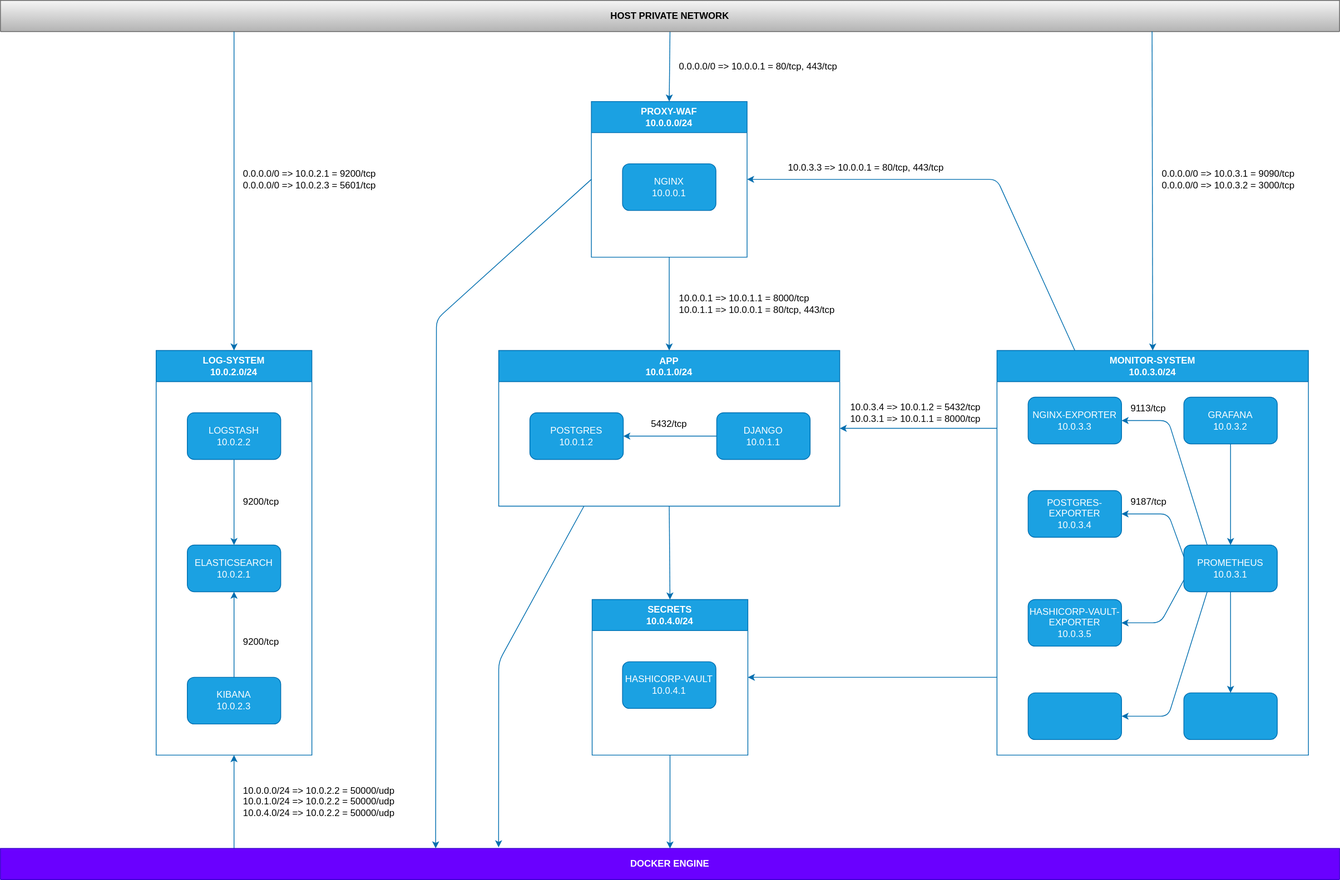
Earlier version of the draw.io export _notebook/topology.svg (GiovanniAfro/ft_Transcendence). Source tidied: cells renumbered, new cells last; positions are measured from the earlier drawing's top-left corner, leaving out a move shared by most shapes.
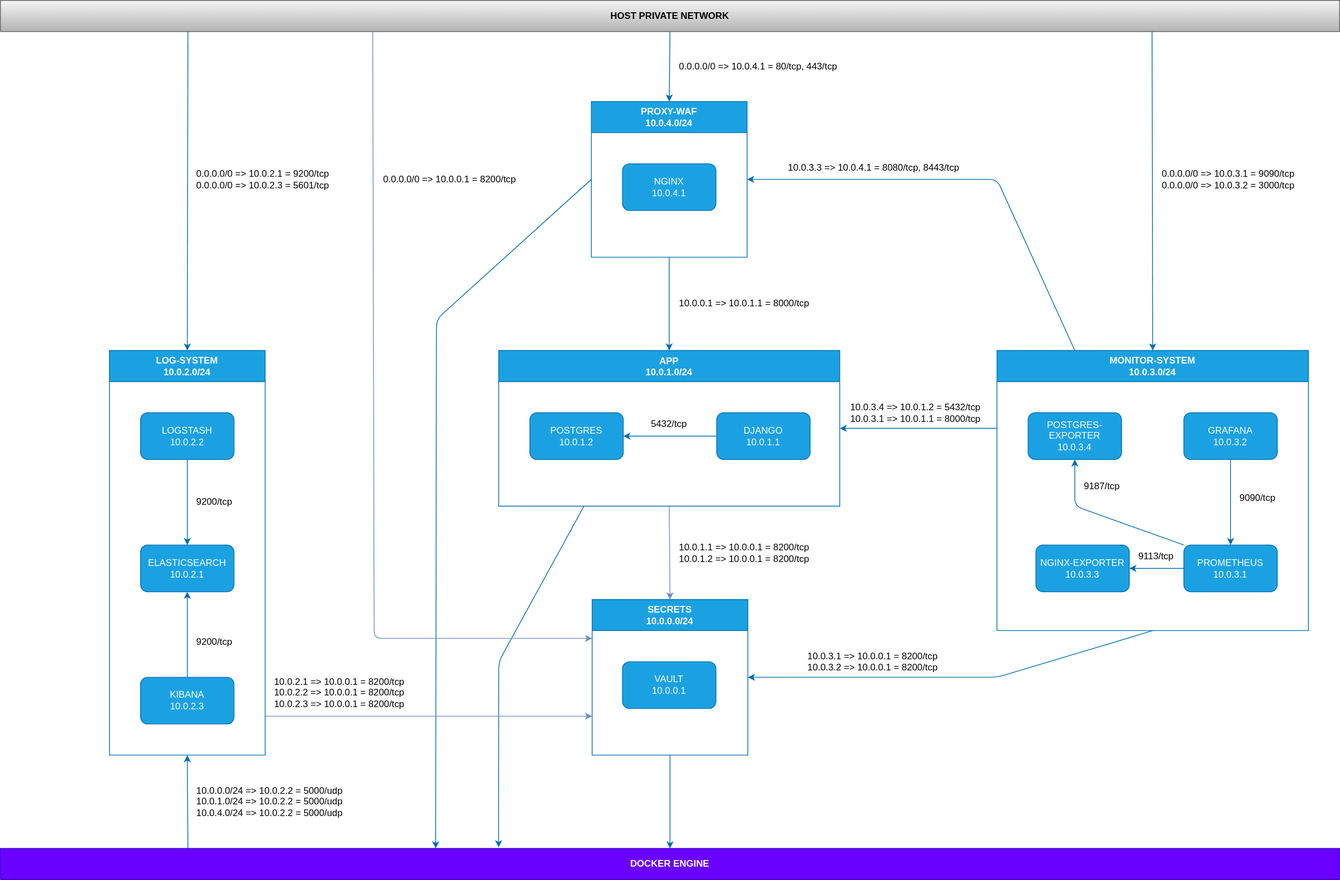
Above is the later version.

Commit message:
refactoring; delete TODO.md; update topology; add check if first start to elk stack

Change to the diagram source:
```diff
@@ -5,16 +5,16 @@
     <mxCell id="2" style="edgeStyle=none;html=1;exitX=0.5;exitY=1;exitDx=0;exitDy=0;fontColor=#262626;fillColor=#1ba1e2;strokeColor=#006EAF;entryX=0.5;entryY=0;entryDx=0;entryDy=0;" parent="1" edge="1" source="12" target="5">
       <mxGeometry relative="1" as="geometry" />
     </mxCell>
+    <mxCell id="4" style="edgeStyle=none;html=1;exitX=0.25;exitY=1;exitDx=0;exitDy=0;fillColor=#1ba1e2;strokeColor=#006EAF;entryX=0.372;entryY=-0.038;entryDx=0;entryDy=0;entryPerimeter=0;" parent="1" edge="1" source="5" target="34">
+      <mxGeometry relative="1" as="geometry">
+        <Array as="points">
+          <mxPoint x="640" y="850" />
+        </Array>
+      </mxGeometry>
+    </mxCell>
-    <mxCell id="3" style="edgeStyle=none;html=1;exitX=0.5;exitY=1;exitDx=0;exitDy=0;entryX=0.5;entryY=0;entryDx=0;entryDy=0;fillColor=#1ba1e2;strokeColor=#006EAF;" parent="1" edge="1" source="5" target="17">
+    <mxCell id="3" style="edgeStyle=none;html=1;exitX=0.5;exitY=1;exitDx=0;exitDy=0;entryX=0.5;entryY=0;entryDx=0;entryDy=0;fillColor=#dae8fc;strokeColor=#6c8ebf;" parent="1" edge="1" source="5" target="17">
       <mxGeometry relative="1" as="geometry" />
     </mxCell>
-    <mxCell id="4" style="edgeStyle=none;html=1;exitX=0.25;exitY=1;exitDx=0;exitDy=0;fillColor=#1ba1e2;strokeColor=#006EAF;entryX=0.372;entryY=-0.038;entryDx=0;entryDy=0;entryPerimeter=0;" parent="1" edge="1" source="5" target="34">
-      <mxGeometry relative="1" as="geometry">
-        <Array as="points">
-          <mxPoint x="640" y="850" />
-        </Array>
-      </mxGeometry>
-    </mxCell>
     <mxCell id="5" value="APP&#10;10.0.1.0/24" style="swimlane;startSize=40;swimlaneFillColor=none;rounded=0;glass=0;shadow=0;swimlaneLine=1;fillColor=#1ba1e2;strokeColor=#006EAF;fontColor=#ffffff;" parent="1" vertex="1">
       <mxGeometry x="640" y="450" width="438" height="200" as="geometry" />
     </mxCell>
@@ -30,8 +30,8 @@
     <mxCell id="9" value="5432/tcp" style="text;html=1;strokeColor=none;fillColor=none;align=center;verticalAlign=middle;whiteSpace=wrap;rounded=0;" parent="5" vertex="1">
       <mxGeometry x="189" y="80" width="60" height="30" as="geometry" />
     </mxCell>
-    <mxCell id="10" value="10.0.0.1 =&amp;gt; 10.0.1.1 = 8000/tcp&lt;br&gt;10.0.1.1 =&amp;gt; 10.0.0.1 = 80/tcp, 443/tcp" style="text;html=1;align=left;verticalAlign=middle;strokeColor=none;fillColor=none;" parent="1" vertex="1">
-      <mxGeometry x="870" y="370" width="220" height="40" as="geometry" />
+    <mxCell id="10" value="10.0.0.1 =&amp;gt; 10.0.1.1 = 8000/tcp" style="text;html=1;align=left;verticalAlign=middle;strokeColor=none;fillColor=none;" parent="1" vertex="1">
+      <mxGeometry x="870" y="375" width="190" height="30" as="geometry" />
     </mxCell>
     <mxCell id="11" style="edgeStyle=none;html=1;exitX=0;exitY=0.5;exitDx=0;exitDy=0;entryX=0.325;entryY=-0.004;entryDx=0;entryDy=0;fillColor=#1ba1e2;strokeColor=#006EAF;entryPerimeter=0;" parent="1" edge="1" source="12" target="34">
       <mxGeometry relative="1" as="geometry">
@@ -40,30 +40,40 @@
         </Array>
       </mxGeometry>
     </mxCell>
-    <mxCell id="12" value="PROXY-WAF&lt;br&gt;10.0.0.0/24" style="swimlane;whiteSpace=wrap;html=1;fillColor=#1ba1e2;strokeColor=#006EAF;fontColor=#ffffff;startSize=40;" parent="1" vertex="1">
+    <mxCell id="12" value="PROXY-WAF&lt;br&gt;10.0.4.0/24" style="swimlane;whiteSpace=wrap;html=1;fillColor=#1ba1e2;strokeColor=#006EAF;fontColor=#ffffff;startSize=40;" parent="1" vertex="1">
       <mxGeometry x="759" y="130" width="200" height="200" as="geometry" />
     </mxCell>
-    <mxCell id="13" value="NGINX&lt;br&gt;10.0.0.1" style="rounded=1;whiteSpace=wrap;html=1;fillColor=#1ba1e2;fontColor=#ffffff;strokeColor=#006EAF;" parent="12" vertex="1">
+    <mxCell id="13" value="NGINX&lt;br&gt;10.0.4.1" style="rounded=1;whiteSpace=wrap;html=1;fillColor=#1ba1e2;fontColor=#ffffff;strokeColor=#006EAF;" parent="12" vertex="1">
       <mxGeometry x="40" y="80" width="120" height="60" as="geometry" />
     </mxCell>
     <mxCell id="14" style="edgeStyle=none;html=1;exitX=0.5;exitY=1;exitDx=0;exitDy=0;entryX=0.5;entryY=0;entryDx=0;entryDy=0;fillColor=#1ba1e2;strokeColor=#006EAF;" parent="1" edge="1" source="15" target="12">
       <mxGeometry relative="1" as="geometry" />
     </mxCell>
+    <mxCell id="56" style="edgeStyle=none;html=1;entryX=0;entryY=0.25;entryDx=0;entryDy=0;fillColor=#dae8fc;strokeColor=#6c8ebf;exitX=0.278;exitY=1.014;exitDx=0;exitDy=0;exitPerimeter=0;" parent="1" edge="1" source="15" target="17">
+      <mxGeometry relative="1" as="geometry">
+        <Array as="points">
+          <mxPoint x="480" y="820" />
+          <mxPoint x="620" y="820" />
+        </Array>
+      </mxGeometry>
+    </mxCell>
     <mxCell id="15" value="HOST PRIVATE NETWORK" style="swimlane;whiteSpace=wrap;html=1;startSize=40;fillColor=#f5f5f5;gradientColor=#b3b3b3;strokeColor=#666666;" parent="1" vertex="1">
       <mxGeometry width="1720" height="40" as="geometry" />
     </mxCell>
     <mxCell id="16" style="edgeStyle=none;html=1;exitX=0.5;exitY=1;exitDx=0;exitDy=0;entryX=0.5;entryY=0;entryDx=0;entryDy=0;fillColor=#1ba1e2;strokeColor=#006EAF;" parent="1" edge="1" source="17" target="34">
       <mxGeometry relative="1" as="geometry" />
     </mxCell>
-    <mxCell id="17" value="SECRETS&lt;br&gt;10.0.4.0/24" style="swimlane;whiteSpace=wrap;html=1;startSize=40;fillColor=#1ba1e2;fontColor=#ffffff;strokeColor=#006EAF;" parent="1" vertex="1">
+    <mxCell id="17" value="SECRETS&lt;br&gt;10.0.0.0/24" style="swimlane;whiteSpace=wrap;html=1;startSize=40;fillColor=#1ba1e2;fontColor=#ffffff;strokeColor=#006EAF;" parent="1" vertex="1">
       <mxGeometry x="760" y="770" width="200" height="200" as="geometry" />
     </mxCell>
-    <mxCell id="18" value="HASHICORP-VAULT&lt;br&gt;10.0.4.1" style="rounded=1;whiteSpace=wrap;html=1;fillColor=#1ba1e2;strokeColor=#006EAF;fontColor=#ffffff;" parent="17" vertex="1">
+    <mxCell id="18" value="VAULT&lt;br&gt;10.0.0.1" style="rounded=1;whiteSpace=wrap;html=1;fillColor=#1ba1e2;strokeColor=#006EAF;fontColor=#ffffff;" parent="17" vertex="1">
       <mxGeometry x="39" y="80" width="120" height="60" as="geometry" />
     </mxCell>
-    <mxCell id="19" style="edgeStyle=none;html=1;fillColor=#1ba1e2;strokeColor=#006EAF;entryX=1;entryY=0.5;entryDx=0;entryDy=0;" parent="1" edge="1" target="17">
+    <mxCell id="19" style="edgeStyle=none;html=1;fillColor=#1ba1e2;strokeColor=#006EAF;entryX=1;entryY=0.5;entryDx=0;entryDy=0;exitX=0.5;exitY=1;exitDx=0;exitDy=0;" parent="1" edge="1" source="38" target="17">
       <mxGeometry relative="1" as="geometry">
-        <mxPoint x="1280" y="870" as="sourcePoint" />
+        <Array as="points">
+          <mxPoint x="1280" y="870" />
+        </Array>
       </mxGeometry>
     </mxCell>
     <mxCell id="20" style="edgeStyle=none;html=1;fillColor=#1ba1e2;strokeColor=#006EAF;entryX=1;entryY=0.5;entryDx=0;entryDy=0;" parent="1" edge="1" target="5">
@@ -74,13 +84,16 @@
     <mxCell id="21" style="edgeStyle=none;html=1;entryX=0.5;entryY=0;entryDx=0;entryDy=0;fillColor=#1ba1e2;strokeColor=#006EAF;exitX=0.86;exitY=0.998;exitDx=0;exitDy=0;exitPerimeter=0;" parent="1" edge="1" source="15" target="38">
       <mxGeometry relative="1" as="geometry" />
     </mxCell>
-    <mxCell id="22" style="edgeStyle=none;html=1;entryX=0.5;entryY=0;entryDx=0;entryDy=0;fillColor=#1ba1e2;strokeColor=#006EAF;" parent="1" edge="1" target="23">
-      <mxGeometry relative="1" as="geometry">
-        <mxPoint x="300" y="40" as="sourcePoint" />
-      </mxGeometry>
+    <mxCell id="22" style="edgeStyle=none;html=1;entryX=0.5;entryY=0;entryDx=0;entryDy=0;fillColor=#1ba1e2;strokeColor=#006EAF;exitX=0.14;exitY=1;exitDx=0;exitDy=0;exitPerimeter=0;" parent="1" edge="1" source="15" target="23">
+      <mxGeometry relative="1" as="geometry" />
     </mxCell>
+    <mxCell id="57" style="edgeStyle=none;html=1;entryX=0;entryY=0.75;entryDx=0;entryDy=0;fillColor=#dae8fc;strokeColor=#6c8ebf;" parent="1" edge="1" target="17">
+      <mxGeometry relative="1" as="geometry">
+        <mxPoint x="340" y="920" as="sourcePoint" />
+      </mxGeometry>
+    </mxCell>
     <mxCell id="23" value="LOG-SYSTEM&lt;br&gt;10.0.2.0/24" style="swimlane;whiteSpace=wrap;html=1;startSize=40;fillColor=#1ba1e2;fontColor=#ffffff;strokeColor=#006EAF;" parent="1" vertex="1">
-      <mxGeometry x="200" y="450" width="200" height="520" as="geometry" />
+      <mxGeometry x="140" y="450" width="200" height="520" as="geometry" />
     </mxCell>
     <mxCell id="24" value="ELASTICSEARCH&lt;br&gt;10.0.2.1" style="rounded=1;whiteSpace=wrap;html=1;fillColor=#1ba1e2;fontColor=#ffffff;strokeColor=#006EAF;" parent="23" vertex="1">
       <mxGeometry x="40" y="250" width="120" height="60" as="geometry" />
@@ -104,21 +117,19 @@
       <mxGeometry x="110" y="360" width="70" height="30" as="geometry" />
     </mxCell>
     <mxCell id="31" value="0.0.0.0/0 =&amp;gt; 10.0.2.1 = 9200/tcp&lt;br&gt;0.0.0.0/0 =&amp;gt; 10.0.2.3 = 5601/tcp" style="text;html=1;align=left;verticalAlign=middle;strokeColor=none;fillColor=none;" parent="1" vertex="1">
-      <mxGeometry x="310" y="210" width="190" height="40" as="geometry" />
+      <mxGeometry x="250" y="210" width="190" height="40" as="geometry" />
     </mxCell>
-    <mxCell id="32" value="0.0.0.0/0 =&amp;gt; 10.0.0.1 = 80/tcp, 443/tcp" style="text;html=1;align=left;verticalAlign=middle;strokeColor=none;fillColor=none;" parent="1" vertex="1">
+    <mxCell id="32" value="0.0.0.0/0 =&amp;gt; 10.0.4.1 = 80/tcp, 443/tcp" style="text;html=1;align=left;verticalAlign=middle;strokeColor=none;fillColor=none;" parent="1" vertex="1">
       <mxGeometry x="870" y="70" width="230" height="30" as="geometry" />
     </mxCell>
-    <mxCell id="33" style="edgeStyle=none;html=1;entryX=0.5;entryY=1;entryDx=0;entryDy=0;fillColor=#1ba1e2;strokeColor=#006EAF;" parent="1" edge="1" target="23">
-      <mxGeometry relative="1" as="geometry">
-        <mxPoint x="300" y="1090" as="sourcePoint" />
-      </mxGeometry>
+    <mxCell id="33" style="edgeStyle=none;html=1;entryX=0.5;entryY=1;entryDx=0;entryDy=0;fillColor=#1ba1e2;strokeColor=#006EAF;exitX=0.14;exitY=0;exitDx=0;exitDy=0;exitPerimeter=0;" parent="1" edge="1" source="34" target="23">
+      <mxGeometry relative="1" as="geometry" />
     </mxCell>
     <mxCell id="34" value="DOCKER ENGINE" style="swimlane;whiteSpace=wrap;html=1;startSize=40;fillColor=#6a00ff;strokeColor=#3700CC;fontColor=#ffffff;" parent="1" vertex="1">
       <mxGeometry y="1090" width="1720" height="40" as="geometry" />
     </mxCell>
-    <mxCell id="35" value="10.0.0.0/24 =&amp;gt; 10.0.2.2 = 50000/udp&lt;br&gt;10.0.1.0/24 =&amp;gt; 10.0.2.2 = 50000/udp&lt;br&gt;10.0.4.0/24 =&amp;gt; 10.0.2.2 = 50000/udp" style="text;html=1;align=left;verticalAlign=middle;strokeColor=none;fillColor=none;" parent="1" vertex="1">
-      <mxGeometry x="310" y="1000" width="220" height="60" as="geometry" />
+    <mxCell id="35" value="10.0.0.0/24 =&amp;gt; 10.0.2.2 = 5000/udp&lt;br&gt;10.0.1.0/24 =&amp;gt; 10.0.2.2 = 5000/udp&lt;br&gt;10.0.4.0/24 =&amp;gt; 10.0.2.2 = 5000/udp" style="text;html=1;align=left;verticalAlign=middle;strokeColor=none;fillColor=none;" parent="1" vertex="1">
+      <mxGeometry x="250" y="1000" width="210" height="60" as="geometry" />
     </mxCell>
     <mxCell id="36" value="0.0.0.0/0 =&amp;gt; 10.0.3.1 = 9090/tcp&lt;br&gt;0.0.0.0/0 =&amp;gt; 10.0.3.2 = 3000/tcp" style="text;html=1;align=left;verticalAlign=middle;strokeColor=none;fillColor=none;" parent="1" vertex="1">
       <mxGeometry x="1490" y="210" width="190" height="40" as="geometry" />
@@ -131,51 +142,24 @@
       </mxGeometry>
     </mxCell>
     <mxCell id="38" value="MONITOR-SYSTEM&lt;br&gt;10.0.3.0/24" style="swimlane;whiteSpace=wrap;html=1;startSize=40;fillColor=#1ba1e2;fontColor=#ffffff;strokeColor=#006EAF;" parent="1" vertex="1">
-      <mxGeometry x="1280" y="450" width="400" height="520" as="geometry" />
+      <mxGeometry x="1280" y="450" width="400" height="360" as="geometry" />
     </mxCell>
-    <mxCell id="39" value="NGINX-EXPORTER&lt;br style=&quot;border-color: var(--border-color);&quot;&gt;10.0.3.3" style="rounded=1;whiteSpace=wrap;html=1;fillColor=#1ba1e2;fontColor=#ffffff;strokeColor=#006EAF;" parent="38" vertex="1">
-      <mxGeometry x="40" y="60" width="120" height="60" as="geometry" />
+    <mxCell id="39" value="POSTGRES-EXPORTER&lt;br style=&quot;border-color: var(--border-color);&quot;&gt;10.0.3.4" style="rounded=1;whiteSpace=wrap;html=1;fillColor=#1ba1e2;fontColor=#ffffff;strokeColor=#006EAF;" parent="38" vertex="1">
+      <mxGeometry x="40" y="80" width="120" height="60" as="geometry" />
     </mxCell>
-    <mxCell id="40" value="POSTGRES-EXPORTER&lt;br&gt;10.0.3.4" style="rounded=1;whiteSpace=wrap;html=1;fillColor=#1ba1e2;fontColor=#ffffff;strokeColor=#006EAF;" parent="38" vertex="1">
-      <mxGeometry x="40" y="180" width="120" height="60" as="geometry" />
+    <mxCell id="40" value="NGINX-EXPORTER&lt;br&gt;10.0.3.3" style="rounded=1;whiteSpace=wrap;html=1;fillColor=#1ba1e2;fontColor=#ffffff;strokeColor=#006EAF;" parent="38" vertex="1">
+      <mxGeometry x="50" y="250" width="120" height="60" as="geometry" />
     </mxCell>
-    <mxCell id="41" value="HASHICORP-VAULT-EXPORTER&lt;br&gt;10.0.3.5" style="rounded=1;whiteSpace=wrap;html=1;fillColor=#1ba1e2;fontColor=#ffffff;strokeColor=#006EAF;" parent="38" vertex="1">
-      <mxGeometry x="40" y="320" width="120" height="60" as="geometry" />
-    </mxCell>
-    <mxCell id="42" style="rounded=1;whiteSpace=wrap;html=1;fillColor=#1ba1e2;fontColor=#ffffff;strokeColor=#006EAF;" parent="38" vertex="1">
-      <mxGeometry x="40" y="440" width="120" height="60" as="geometry" />
-    </mxCell>
     <mxCell id="43" value="GRAFANA&lt;br style=&quot;border-color: var(--border-color);&quot;&gt;10.0.3.2" style="rounded=1;whiteSpace=wrap;html=1;fillColor=#1ba1e2;fontColor=#ffffff;strokeColor=#006EAF;" parent="38" vertex="1">
-      <mxGeometry x="240" y="60" width="120" height="60" as="geometry" />
+      <mxGeometry x="240" y="80" width="120" height="60" as="geometry" />
     </mxCell>
-    <mxCell id="44" style="edgeStyle=none;html=1;exitX=0.5;exitY=1;exitDx=0;exitDy=0;entryX=0.5;entryY=0;entryDx=0;entryDy=0;fillColor=#1ba1e2;strokeColor=#006EAF;" parent="38" edge="1" source="49" target="51">
-      <mxGeometry relative="1" as="geometry" />
-    </mxCell>
-    <mxCell id="45" style="edgeStyle=none;html=1;exitX=0.25;exitY=1;exitDx=0;exitDy=0;entryX=1;entryY=0.5;entryDx=0;entryDy=0;fillColor=#1ba1e2;strokeColor=#006EAF;" parent="38" edge="1" source="49" target="42">
-      <mxGeometry relative="1" as="geometry">
-        <Array as="points">
-          <mxPoint x="220" y="470" />
-        </Array>
-      </mxGeometry>
-    </mxCell>
-    <mxCell id="46" style="edgeStyle=none;html=1;exitX=0;exitY=0.75;exitDx=0;exitDy=0;entryX=1;entryY=0.5;entryDx=0;entryDy=0;fillColor=#1ba1e2;strokeColor=#006EAF;" parent="38" edge="1" source="49" target="41">
-      <mxGeometry relative="1" as="geometry">
-        <Array as="points">
-          <mxPoint x="210" y="350" />
-        </Array>
-      </mxGeometry>
-    </mxCell>
-    <mxCell id="47" style="edgeStyle=none;html=1;exitX=0;exitY=0.25;exitDx=0;exitDy=0;entryX=1;entryY=0.5;entryDx=0;entryDy=0;fillColor=#1ba1e2;strokeColor=#006EAF;" parent="38" edge="1" source="49" target="40">
-      <mxGeometry relative="1" as="geometry">
-        <Array as="points">
-          <mxPoint x="220" y="210" />
-        </Array>
-      </mxGeometry>
+    <mxCell id="47" style="edgeStyle=none;html=1;entryX=1;entryY=0.5;entryDx=0;entryDy=0;fillColor=#1ba1e2;strokeColor=#006EAF;exitX=0;exitY=0.5;exitDx=0;exitDy=0;" parent="38" edge="1" source="49" target="40">
+      <mxGeometry relative="1" as="geometry" />
     </mxCell>
-    <mxCell id="48" style="edgeStyle=none;html=1;exitX=0.25;exitY=0;exitDx=0;exitDy=0;entryX=1;entryY=0.5;entryDx=0;entryDy=0;fillColor=#1ba1e2;strokeColor=#006EAF;" parent="38" edge="1" source="49" target="39">
+    <mxCell id="48" style="edgeStyle=none;html=1;entryX=0.5;entryY=1;entryDx=0;entryDy=0;fillColor=#1ba1e2;strokeColor=#006EAF;exitX=0;exitY=0;exitDx=0;exitDy=0;" parent="38" edge="1" source="49" target="39">
       <mxGeometry relative="1" as="geometry">
         <Array as="points">
-          <mxPoint x="220" y="90" />
+          <mxPoint x="100" y="200" />
         </Array>
       </mxGeometry>
     </mxCell>
@@ -185,20 +169,32 @@
     <mxCell id="50" style="edgeStyle=none;html=1;fillColor=#1ba1e2;strokeColor=#006EAF;" parent="38" edge="1" source="43" target="49">
       <mxGeometry relative="1" as="geometry" />
     </mxCell>
-    <mxCell id="51" style="rounded=1;whiteSpace=wrap;html=1;fillColor=#1ba1e2;fontColor=#ffffff;strokeColor=#006EAF;" parent="38" vertex="1">
-      <mxGeometry x="240" y="440" width="120" height="60" as="geometry" />
-    </mxCell>
-    <mxCell id="52" value="9187/tcp" style="text;html=1;align=left;verticalAlign=middle;strokeColor=none;fillColor=none;" parent="38" vertex="1">
-      <mxGeometry x="170" y="180" width="70" height="30" as="geometry" />
+    <mxCell id="52" value="9113/tcp" style="text;html=1;align=left;verticalAlign=middle;strokeColor=none;fillColor=none;" parent="38" vertex="1">
+      <mxGeometry x="180" y="250" width="70" height="30" as="geometry" />
     </mxCell>
-    <mxCell id="53" value="9113/tcp" style="text;html=1;align=left;verticalAlign=middle;strokeColor=none;fillColor=none;" parent="38" vertex="1">
-      <mxGeometry x="170" y="60" width="70" height="30" as="geometry" />
+    <mxCell id="53" value="9187/tcp" style="text;html=1;align=left;verticalAlign=middle;strokeColor=none;fillColor=none;" parent="38" vertex="1">
+      <mxGeometry x="110" y="160" width="70" height="30" as="geometry" />
     </mxCell>
+    <mxCell id="58" value="9090/tcp" style="text;html=1;align=left;verticalAlign=middle;strokeColor=none;fillColor=none;" parent="38" vertex="1">
+      <mxGeometry x="310" y="175" width="70" height="30" as="geometry" />
+    </mxCell>
     <mxCell id="54" value="10.0.3.4 =&amp;gt; 10.0.1.2 = 5432/tcp&lt;br&gt;10.0.3.1 =&amp;gt; 10.0.1.1 = 8000/tcp" style="text;html=1;align=left;verticalAlign=middle;strokeColor=none;fillColor=none;" parent="1" vertex="1">
       <mxGeometry x="1090" y="510" width="190" height="40" as="geometry" />
     </mxCell>
-    <mxCell id="55" value="10.0.3.3 =&amp;gt; 10.0.0.1 = 80/tcp, 443/tcp" style="text;html=1;align=left;verticalAlign=middle;strokeColor=none;fillColor=none;" parent="1" vertex="1">
-      <mxGeometry x="1010" y="200" width="220" height="30" as="geometry" />
+    <mxCell id="55" value="10.0.3.3 =&amp;gt; 10.0.4.1 = 8080/tcp, 8443/tcp" style="text;html=1;align=left;verticalAlign=middle;strokeColor=none;fillColor=none;" parent="1" vertex="1">
+      <mxGeometry x="1010" y="200" width="240" height="30" as="geometry" />
     </mxCell>
+    <mxCell id="59" value="0.0.0.0/0 =&amp;gt; 10.0.0.1 = 8200/tcp" style="text;html=1;align=left;verticalAlign=middle;strokeColor=none;fillColor=none;" parent="1" vertex="1">
+      <mxGeometry x="490" y="215" width="190" height="30" as="geometry" />
+    </mxCell>
+    <mxCell id="60" value="10.0.1.1 =&amp;gt; 10.0.0.1 = 8200/tcp&lt;br&gt;10.0.1.2 =&amp;gt; 10.0.0.1 = 8200/tcp" style="text;html=1;align=left;verticalAlign=middle;strokeColor=none;fillColor=none;" parent="1" vertex="1">
+      <mxGeometry x="870" y="690" width="190" height="40" as="geometry" />
+    </mxCell>
+    <mxCell id="61" value="10.0.2.1 =&amp;gt; 10.0.0.1 = 8200/tcp&lt;br&gt;10.0.2.2 =&amp;gt; 10.0.0.1 = 8200/tcp&lt;br&gt;10.0.2.3 =&amp;gt; 10.0.0.1 = 8200/tcp" style="text;html=1;align=left;verticalAlign=middle;strokeColor=none;fillColor=none;" parent="1" vertex="1">
+      <mxGeometry x="350" y="860" width="190" height="60" as="geometry" />
+    </mxCell>
+    <mxCell id="62" value="10.0.3.1 =&amp;gt; 10.0.0.1 = 8200/tcp&lt;br&gt;10.0.3.2 =&amp;gt; 10.0.0.1 = 8200/tcp" style="text;html=1;align=left;verticalAlign=middle;strokeColor=none;fillColor=none;" parent="1" vertex="1">
+      <mxGeometry x="1035" y="830" width="190" height="40" as="geometry" />
+    </mxCell>
   </root>
 </mxGraphModel>
```
